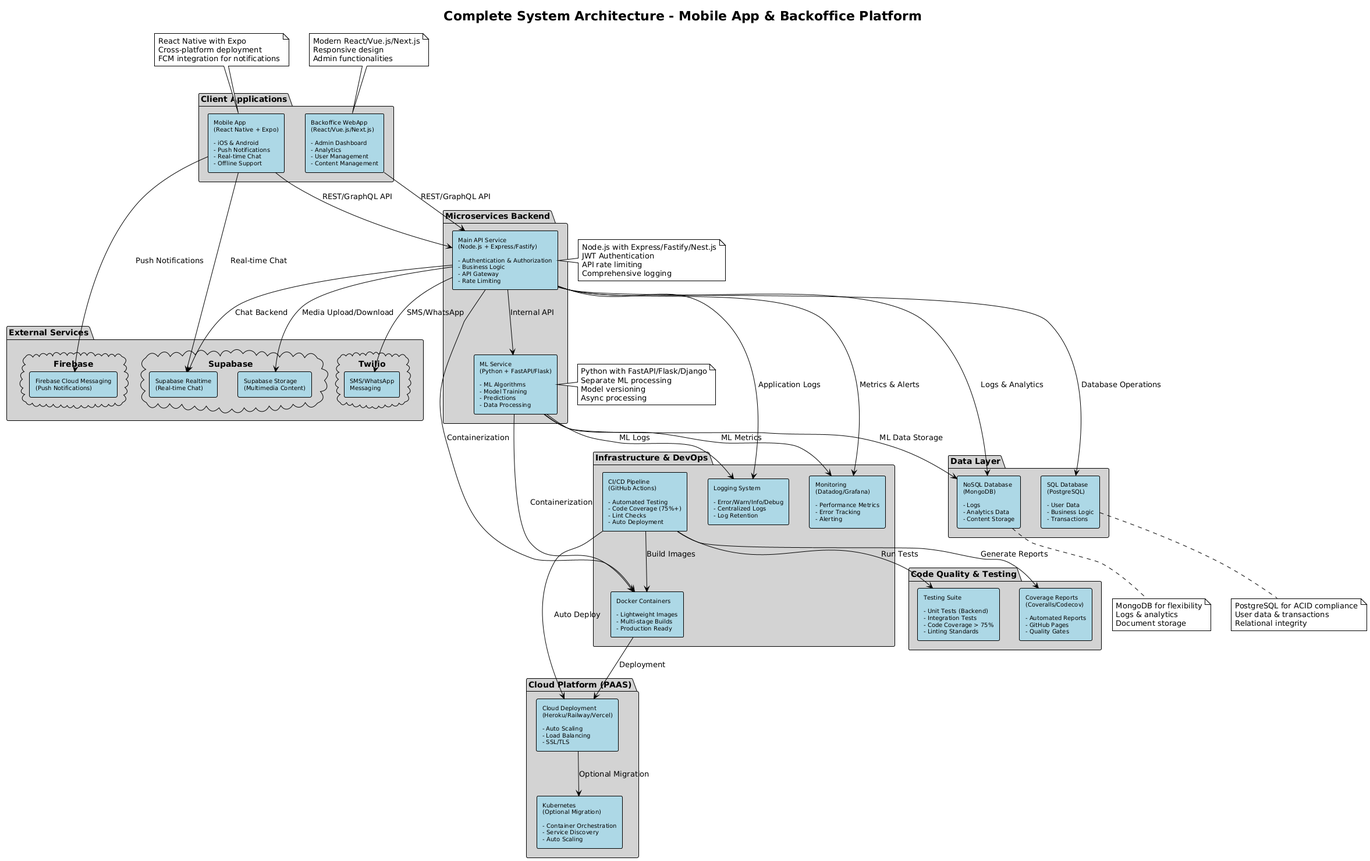
This is assets/arch-1.png from IS2-BCCDLM/tp-arch, a PlantUML export, as it was before one commit.
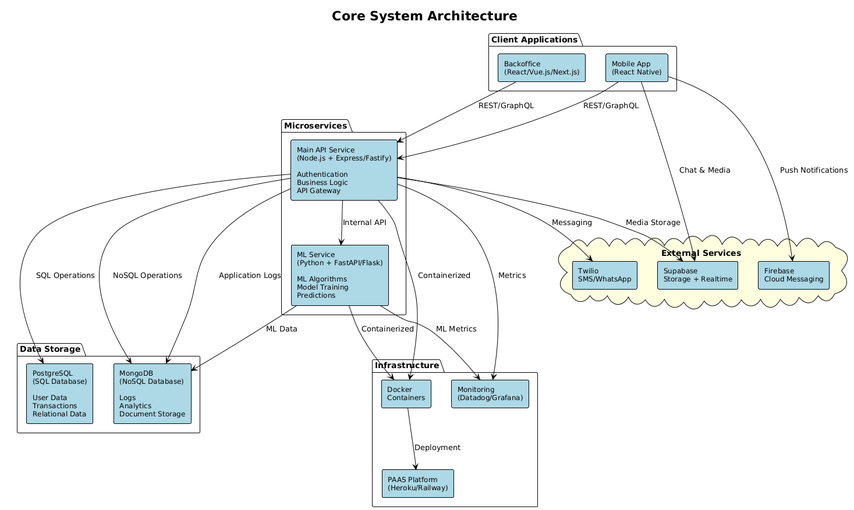
The same diagram one commit later.

What changed in the source:
```diff
@@ -5,9 +5,9 @@
 skinparam component {
     BackgroundColor lightblue
     BorderColor black
-    FontSize 10
+    FontSize 12
 }
- skinparam database {
+skinparam database {
     BackgroundColor lightgreen
     BorderColor black
 }
@@ -15,122 +15,55 @@
     BackgroundColor lightyellow
     BorderColor black
 }
-skinparam package {
-    BackgroundColor lightgray
-    BorderColor black
+
+title Core System Architecture
+
+package "Client Applications" {
+    component [Mobile App\n(React Native)] as mobile
+    component [Backoffice\n(React/Vue.js/Next.js)] as webapp
 }
 
-title Complete System Architecture - Mobile App & Backoffice Platform
-
-package "Client Applications" {
-    component [Mobile App\n(React Native + Expo)\n\n- iOS & Android\n- Push Notifications\n- Real-time Chat\n- Offline Support] as mobile
-    component [Backoffice WebApp\n(React/Vue.js/Next.js)\n\n- Admin Dashboard\n- Analytics\n- User Management\n- Content Management] as webapp
+package "Microservices" {
+    component [Main API Service\n(Node.js + Express/Fastify)\n\nAuthentication\nBusiness Logic\nAPI Gateway] as mainapi
+    component [ML Service\n(Python + FastAPI/Flask)\n\nML Algorithms\nModel Training\nPredictions] as mlservice
 }
 
-package "Microservices Backend" {
-    component [Main API Service\n(Node.js + Express/Fastify)\n\n- Authentication & Authorization\n- Business Logic\n- API Gateway\n- Rate Limiting] as mainapi
-    component [ML Service\n(Python + FastAPI/Flask)\n\n- ML Algorithms\n- Model Training\n- Predictions\n- Data Processing] as mlservice
+package "Data Storage" {
+    database [PostgreSQL\n(SQL Database)\n\nUser Data\nTransactions\nRelational Data] as postgres
+    database [MongoDB\n(NoSQL Database)\n\nLogs\nAnalytics\nDocument Storage] as mongo
 }
 
-package "Data Layer" {
-    database [SQL Database\n(PostgreSQL)\n\n- User Data\n- Business Logic\n- Transactions] as sqldb
-    database [NoSQL Database\n(MongoDB)\n\n- Logs\n- Analytics Data\n- Content Storage] as nosqldb
+cloud "External Services" {
+    component [Supabase\nStorage + Realtime] as supabase
+    component [Firebase\nCloud Messaging] as firebase
+    component [Twilio\nSMS/WhatsApp] as twilio
 }
 
-package "External Services" {
-    cloud "Supabase" {
-        component [Supabase Storage\n(Multimedia Content)] as supabase_storage
-        component [Supabase Realtime\n(Real-time Chat)] as supabase_realtime
-    }
-    cloud "Firebase" {
-        component [Firebase Cloud Messaging\n(Push Notifications)] as fcm
-    }
-    cloud "Twilio" {
-        component [SMS/WhatsApp\nMessaging] as twilio
-    }
+package "Infrastructure" {
+    component [Docker\nContainers] as docker
+    component [PAAS Platform\n(Heroku/Railway)] as paas
+    component [Monitoring\n(Datadog/Grafana)] as monitoring
 }
 
-package "Infrastructure & DevOps" {
-    component [Docker Containers\n\n- Lightweight Images\n- Multi-stage Builds\n- Production Ready] as docker
-    component [CI/CD Pipeline\n(GitHub Actions)\n\n- Automated Testing\n- Code Coverage (75%+)\n- Lint Checks\n- Auto Deployment] as cicd
-    component [Monitoring\n(Datadog/Grafana)\n\n- Performance Metrics\n- Error Tracking\n- Alerting] as monitoring
-    component [Logging System\n\n- Error/Warn/Info/Debug\n- Centralized Logs\n- Log Retention] as logging
-}
-
-package "Cloud Platform (PAAS)" {
-    component [Cloud Deployment\n(Heroku/Railway/Vercel)\n\n- Auto Scaling\n- Load Balancing\n- SSL/TLS] as paas
-    component [Kubernetes\n(Optional Migration)\n\n- Container Orchestration\n- Service Discovery\n- Auto Scaling] as k8s
-}
-
-package "Code Quality & Testing" {
-    component [Testing Suite\n\n- Unit Tests (Backend)\n- Integration Tests\n- Code Coverage > 75%\n- Linting Standards] as testing
-    component [Coverage Reports\n(Coveralls/Codecov)\n\n- Automated Reports\n- GitHub Pages\n- Quality Gates] as coverage
-}
-
-mobile --> mainapi : REST/GraphQL API
-webapp --> mainapi : REST/GraphQL API
+mobile --> mainapi : REST/GraphQL
+webapp --> mainapi : REST/GraphQL
+mobile --> supabase : Chat & Media
+mobile --> firebase : Push Notifications
 
 mainapi --> mlservice : Internal API
-mainapi --> sqldb : Database Operations
-mainapi --> nosqldb : Logs & Analytics
-mlservice --> nosqldb : ML Data Storage
+mainapi --> postgres : SQL Operations
+mainapi --> mongo : NoSQL Operations
+mainapi --> supabase : Media Storage
+mainapi --> twilio : Messaging
 
-mobile --> supabase_realtime : Real-time Chat
-mobile --> fcm : Push Notifications
-mainapi --> supabase_storage : Media Upload/Download
-mainapi --> twilio : SMS/WhatsApp
-mainapi --> supabase_realtime : Chat Backend
+mlservice --> mongo : ML Data
+mlservice --> monitoring : ML Metrics
 
-mainapi --> docker : Containerization
-mlservice --> docker : Containerization
+mainapi --> docker : Containerized
+mlservice --> docker : Containerized
 docker --> paas : Deployment
-paas --> k8s : Optional Migration
-mainapi --> monitoring : Metrics & Alerts
-mlservice --> monitoring : ML Metrics
-mainapi --> logging : Application Logs
-mlservice --> logging : ML Logs
 
-cicd --> testing : Run Tests
-cicd --> coverage : Generate Reports
-cicd --> docker : Build Images
-cicd --> paas : Auto Deploy
-
-note top of mobile
-  React Native with Expo
-  Cross-platform deployment
-  FCM integration for notifications
-end note
-
-note top of webapp
-  Modern React/Vue.js/Next.js
-  Responsive design
-  Admin functionalities
-end note
-
-note right of mainapi
-  Node.js with Express/Fastify/Nest.js
-  JWT Authentication
-  API rate limiting
-  Comprehensive logging
-end note
-
-note right of mlservice
-  Python with FastAPI/Flask/Django
-  Separate ML processing
-  Model versioning
-  Async processing
-end note
-
-note bottom of sqldb
-  PostgreSQL for ACID compliance
-  User data & transactions
-  Relational integrity
-end note
-
-note bottom of nosqldb
-  MongoDB for flexibility
-  Logs & analytics
-  Document storage
-end note
+mainapi --> monitoring : Metrics
+mainapi --> mongo : Application Logs
 
 @enduml
```
